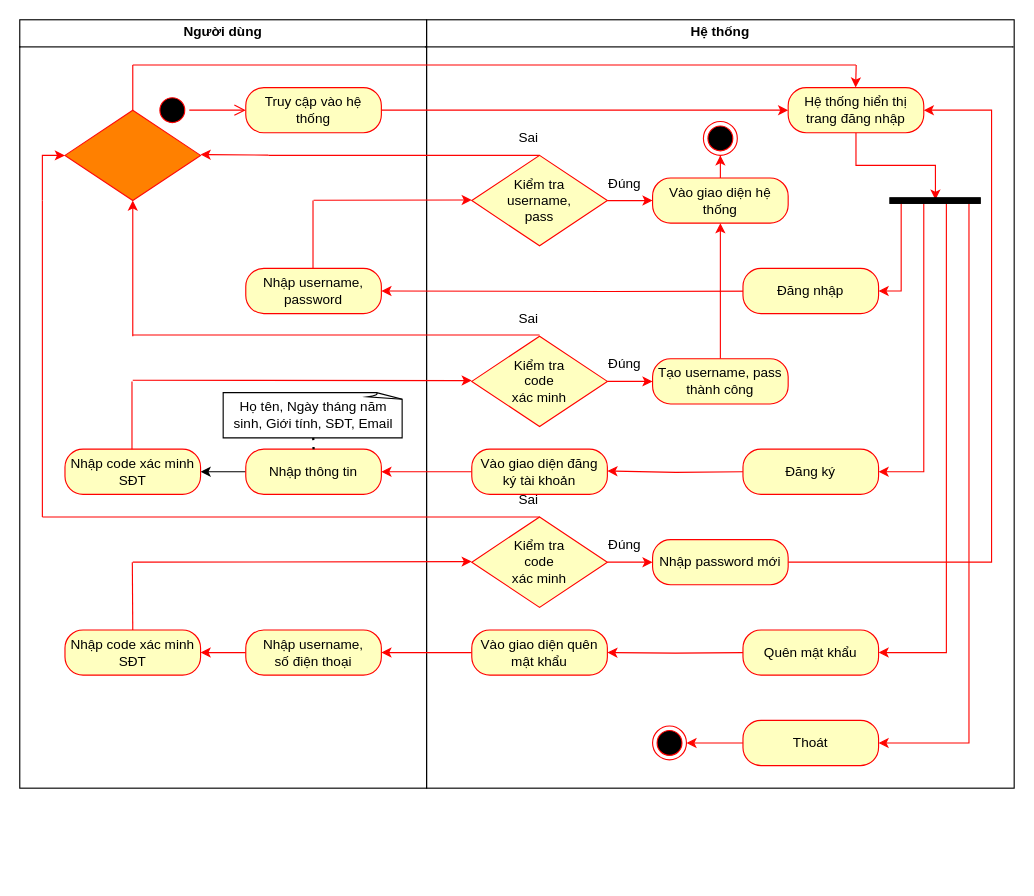
Before: Sơ đồ hoạt động UC đăng nhập.drawio in HaojackYT/DAA_SA, a draw.io diagram. Source tidied: cells renumbered, new cells numbered last; positions are measured from the earlier drawing's top-left corner, leaving out a move shared by most shapes. Both pictures are drawn from the tidied source at 113%, with x=0, y=0 at pixel (19, 19).
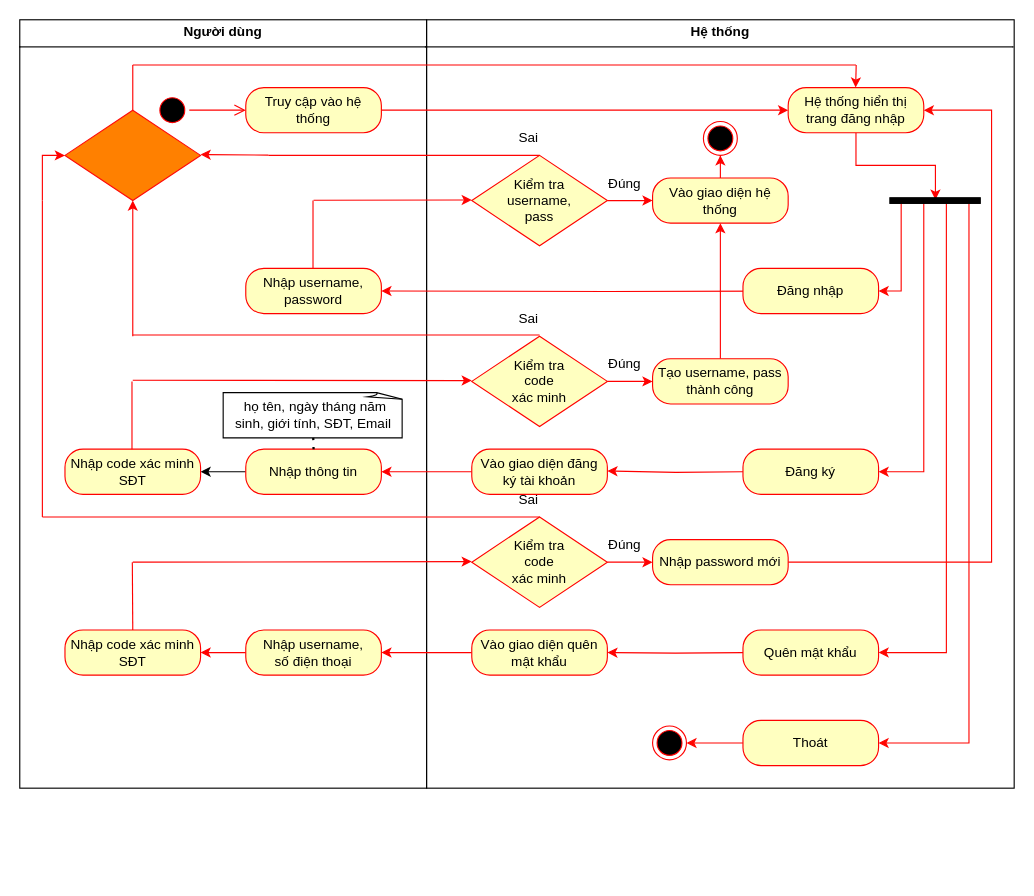
Above is the later version.

What changed in the source:
```diff
@@
-    <mxCell id="63" value="Họ tên, Ngày tháng năm sinh, Giới tính, SĐT, Email" style="whiteSpace=wrap;html=1;shape=mxgraph.basic.document;" parent="1" vertex="1">
+    <mxCell id="63" value="&amp;nbsp;họ tên, ngày tháng năm sinh, giới tính, SĐT, Email" style="whiteSpace=wrap;html=1;shape=mxgraph.basic.document;" parent="1" vertex="1">
       <mxGeometry x="180" y="330" width="160" height="40" as="geometry" />
     </mxCell>
```
